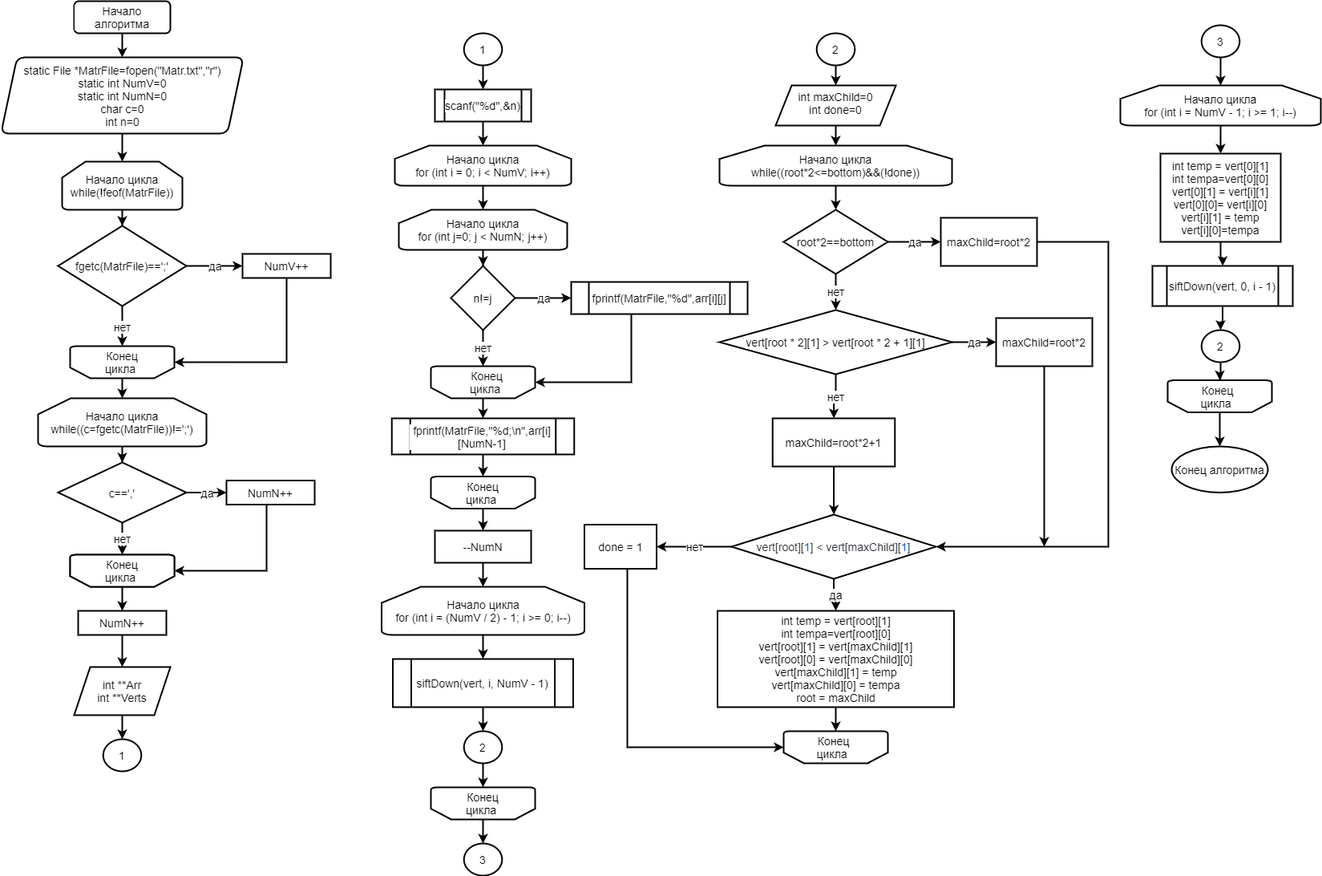
This is graph_str.png from Vadim200116/DZ_4, a draw.io export, as it was before one commit. Source tidied: cells renumbered, new cells last; positions are measured from the earlier drawing's top-left corner, leaving out a move shared by most shapes.
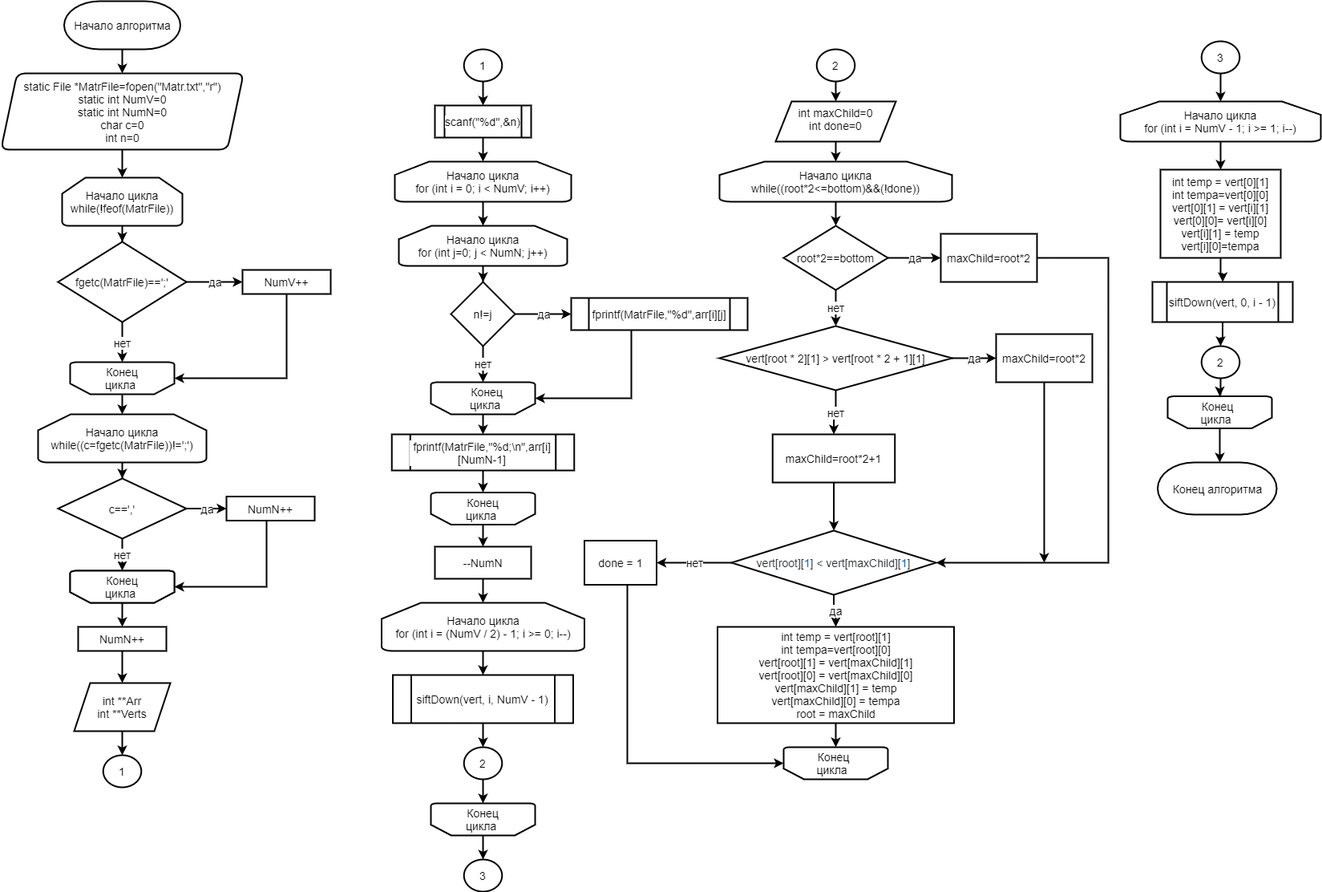
Above is the later version.

Change to the diagram source:
```diff
@@ -2,12 +2,11 @@
   <root>
     <mxCell id="0" />
     <mxCell id="1" parent="0" />
-    <mxCell id="2" style="edgeStyle=orthogonalEdgeStyle;rounded=0;jettySize=auto;html=1;fontSize=14;labelBackgroundColor=#FFFFFF;strokeWidth=2;" parent="1" edge="1" source="3" target="5">
-      <mxGeometry relative="1" as="geometry" />
+    <mxCell id="2" style="edgeStyle=orthogonalEdgeStyle;rounded=0;jettySize=auto;html=1;fontSize=14;labelBackgroundColor=#FFFFFF;strokeWidth=2;" parent="1" edge="1" target="5">
+      <mxGeometry relative="1" as="geometry">
+        <mxPoint x="151" y="40" as="sourcePoint" />
+      </mxGeometry>
     </mxCell>
-    <mxCell id="3" value="Начало алгоритма" style="rounded=1;whiteSpace=wrap;html=1;fontSize=14;glass=0;strokeWidth=2;shadow=0;labelBackgroundColor=#FFFFFF;" parent="1" vertex="1">
-      <mxGeometry x="91" width="120" height="40" as="geometry" />
-    </mxCell>
     <mxCell id="4" style="edgeStyle=orthogonalEdgeStyle;rounded=0;jettySize=auto;html=1;fontSize=14;labelBackgroundColor=#FFFFFF;strokeWidth=2;" parent="1" edge="1" source="5" target="7">
       <mxGeometry relative="1" as="geometry" />
     </mxCell>
@@ -354,8 +353,10 @@
     <mxCell id="110" value="&lt;span style=&quot;background-color: rgb(255, 255, 255); font-size: 14px;&quot;&gt;2&lt;/span&gt;" style="text;html=1;strokeColor=none;fillColor=none;align=center;verticalAlign=middle;whiteSpace=wrap;rounded=0;glass=0;sketch=0;fontSize=14;" parent="1" vertex="1">
       <mxGeometry x="1481" y="420" width="80" height="20" as="geometry" />
     </mxCell>
-    <mxCell id="111" style="edgeStyle=orthogonalEdgeStyle;rounded=0;jettySize=auto;html=1;labelBackgroundColor=#FFFFFF;strokeWidth=2;fontSize=14;fontColor=#000000;" parent="1" edge="1" source="112" target="114">
-      <mxGeometry relative="1" as="geometry" />
+    <mxCell id="111" style="edgeStyle=orthogonalEdgeStyle;rounded=0;jettySize=auto;html=1;labelBackgroundColor=#FFFFFF;strokeWidth=2;fontSize=14;fontColor=#000000;" parent="1" edge="1" source="112">
+      <mxGeometry relative="1" as="geometry">
+        <mxPoint x="1520" y="555" as="targetPoint" />
+      </mxGeometry>
     </mxCell>
     <mxCell id="112" style="strokeWidth=2;html=1;shape=mxgraph.flowchart.loop_limit;whiteSpace=wrap;rounded=0;glass=0;sketch=0;fontSize=14;rotation=-180;labelBackgroundColor=#FFFFFF;" parent="1" vertex="1">
       <mxGeometry x="1455" y="472.5" width="130" height="40" as="geometry" />
@@ -363,8 +364,11 @@
     <mxCell id="113" value="Конец цикла&amp;nbsp;" style="text;html=1;strokeColor=none;fillColor=none;align=center;verticalAlign=middle;whiteSpace=wrap;rounded=0;glass=0;sketch=0;fontSize=14;" parent="1" vertex="1">
       <mxGeometry x="1480" y="482.5" width="75" height="20" as="geometry" />
     </mxCell>
+    <mxCell id="3" value="&lt;font style=&quot;font-size: 14px&quot;&gt;Начало алгоритма&lt;/font&gt;" style="strokeWidth=2;html=1;shape=mxgraph.flowchart.terminator;whiteSpace=wrap;rounded=0;glass=0;sketch=0;" parent="1" vertex="1">
+      <mxGeometry x="78.5" y="-20" width="145" height="60" as="geometry" />
+    </mxCell>
-    <mxCell id="114" value="Конец алгоритма" style="ellipse;whiteSpace=wrap;html=1;rounded=0;fontSize=14;strokeWidth=2;glass=0;labelBackgroundColor=#FFFFFF;sketch=0;" parent="1" vertex="1">
-      <mxGeometry x="1460" y="555" width="120" height="57.5" as="geometry" />
+    <mxCell id="114" value="&lt;font style=&quot;font-size: 14px&quot;&gt;Конец&amp;nbsp;алгоритма&lt;/font&gt;" style="strokeWidth=2;html=1;shape=mxgraph.flowchart.terminator;whiteSpace=wrap;rounded=0;glass=0;sketch=0;" parent="1" vertex="1">
+      <mxGeometry x="1442.5" y="555" width="148.5" height="65" as="geometry" />
     </mxCell>
   </root>
 </mxGraphModel>
```
